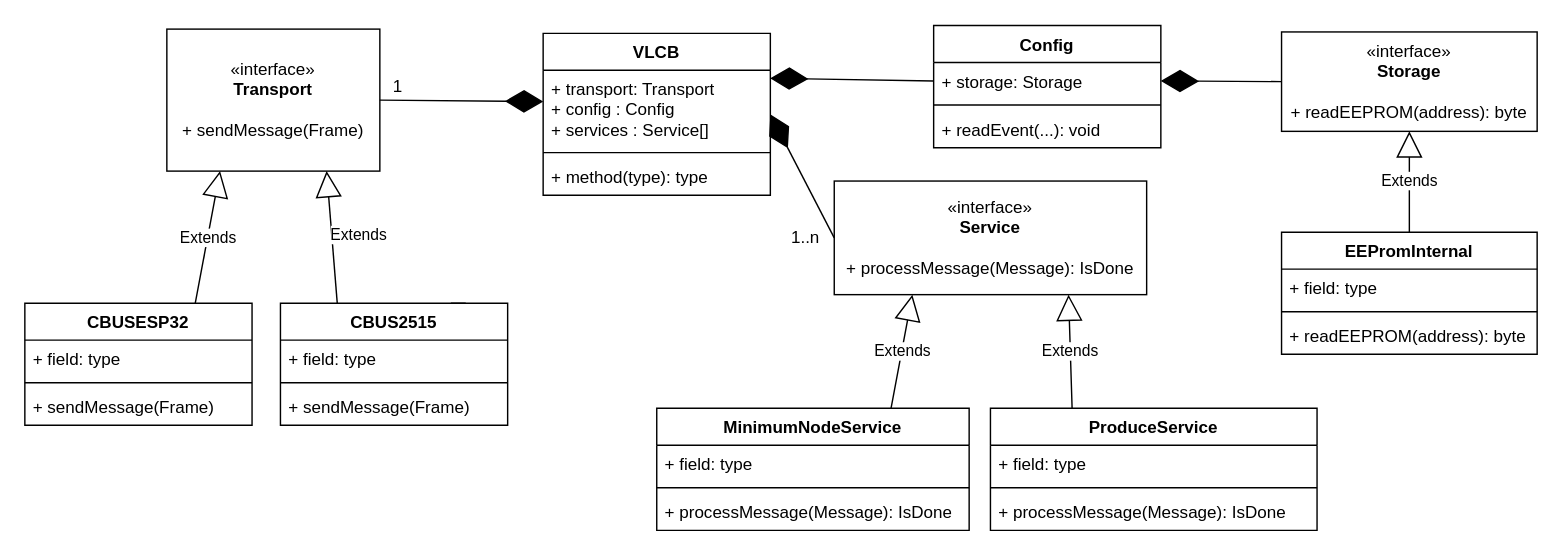
This is docs/VLCBArduino.drawio from SvenRosvall/VLCB-Arduino, a draw.io file, before an edit. Source tidied: cells renumbered, new cells numbered last; positions are measured from the earlier drawing's top-left corner, leaving out a move shared by most shapes. Both pictures are drawn from the tidied source at 142%, with x=0, y=0 at pixel (24, 24).
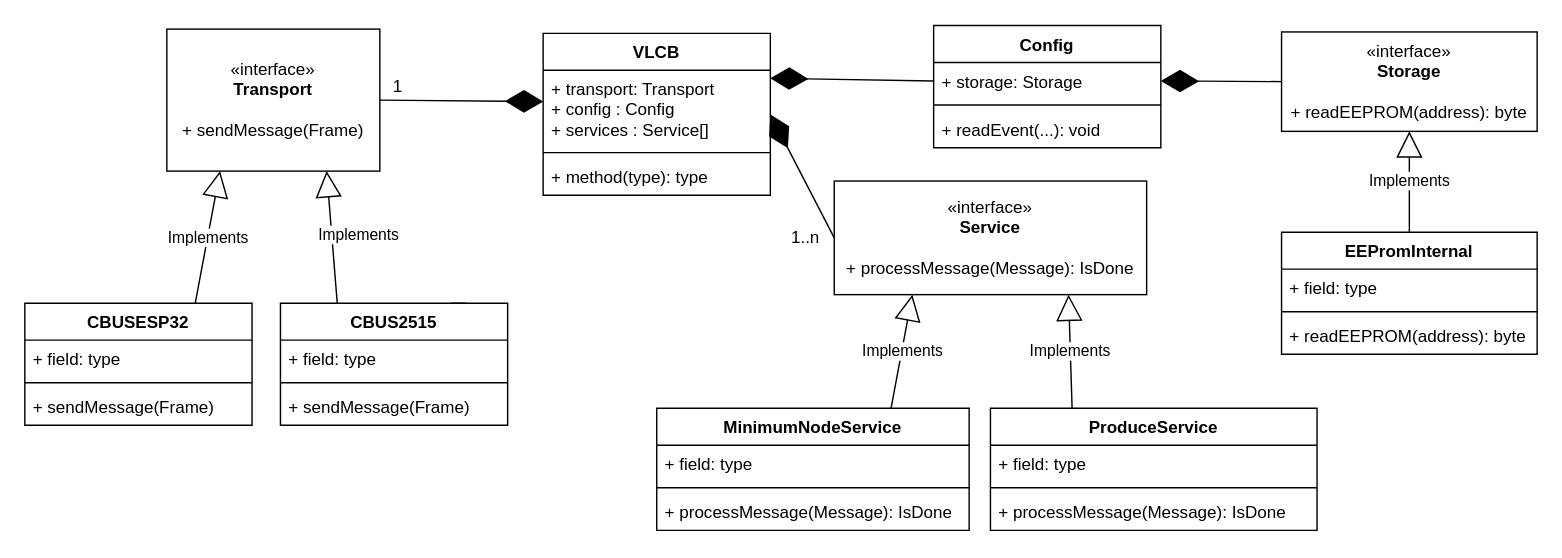
The same page after the edit.

Unchanged cells that the change refers to:
```xml
<mxCell id="6" value="«interface»&lt;br&gt;&lt;b&gt;Transport&lt;br&gt;&lt;br&gt;&lt;/b&gt;+ sendMessage(Frame)&lt;b&gt;&lt;br&gt;&lt;/b&gt;" style="html=1;whiteSpace=wrap;" parent="1" vertex="1">
  <mxGeometry x="100" y="3" width="150" height="100" as="geometry" />
</mxCell>
<mxCell id="8" value="CBUS2515" style="swimlane;fontStyle=1;align=center;verticalAlign=top;horizontal=1;startSize=26;whiteSpace=wrap;html=1;" parent="1" vertex="1">
  <mxGeometry x="180" y="196" width="160" height="86" as="geometry" />
</mxCell>
<mxCell id="12" value="CBUSESP32" style="swimlane;fontStyle=1;align=center;verticalAlign=top;horizontal=1;startSize=26;whiteSpace=wrap;html=1;" parent="1" vertex="1">
  <mxGeometry y="196" width="160" height="86" as="geometry" />
</mxCell>
<mxCell id="19" value="«interface»&lt;br&gt;&lt;b&gt;Service&lt;br&gt;&lt;br&gt;&lt;/b&gt;+ processMessage(Message): IsDone&lt;b&gt;&lt;br&gt;&lt;/b&gt;" style="html=1;whiteSpace=wrap;" parent="1" vertex="1">
  <mxGeometry x="570" y="110" width="220" height="80" as="geometry" />
</mxCell>
<mxCell id="20" value="MinimumNodeService" style="swimlane;fontStyle=1;align=center;verticalAlign=top;horizontal=1;startSize=26;whiteSpace=wrap;html=1;" parent="1" vertex="1">
  <mxGeometry x="445" y="270" width="220" height="86" as="geometry" />
</mxCell>
<mxCell id="25" value="ProduceService" style="swimlane;fontStyle=1;align=center;verticalAlign=top;horizontal=1;startSize=26;whiteSpace=wrap;html=1;" parent="1" vertex="1">
  <mxGeometry x="680" y="270" width="230" height="86" as="geometry" />
</mxCell>
<mxCell id="33" value="«interface»&lt;br&gt;&lt;b&gt;Storage&lt;br&gt;&lt;br&gt;&lt;/b&gt;+ readEEPROM(address): byte&lt;b&gt;&lt;br&gt;&lt;/b&gt;" style="html=1;whiteSpace=wrap;" parent="1" vertex="1">
  <mxGeometry x="885" y="5" width="180" height="70" as="geometry" />
</mxCell>
<mxCell id="41" value="EEPromInternal" style="swimlane;fontStyle=1;align=center;verticalAlign=top;horizontal=1;startSize=26;whiteSpace=wrap;html=1;" parent="1" vertex="1">
  <mxGeometry x="885" y="146" width="180" height="86" as="geometry" />
</mxCell>
```

What changed in the source:
```diff
@@
-    <mxCell id="16" value="Extends" style="endArrow=block;endSize=16;endFill=0;html=1;rounded=0;entryX=0.75;entryY=1;entryDx=0;entryDy=0;exitX=0.25;exitY=0;exitDx=0;exitDy=0;" parent="1" edge="1" source="8" target="6">
+    <mxCell id="16" value="Implements" style="endArrow=block;endSize=16;endFill=0;html=1;rounded=0;entryX=0.75;entryY=1;entryDx=0;entryDy=0;exitX=0.25;exitY=0;exitDx=0;exitDy=0;" parent="1" edge="1" source="8" target="6">
       <mxGeometry x="0.01" y="-19" relative="1" as="geometry" />
     </mxCell>
-    <mxCell id="17" value="Extends" style="endArrow=block;endSize=16;endFill=0;html=1;rounded=0;exitX=0.75;exitY=0;exitDx=0;exitDy=0;entryX=0.25;entryY=1;entryDx=0;entryDy=0;" parent="1" edge="1" source="12" target="6">
+    <mxCell id="17" value="Implements" style="endArrow=block;endSize=16;endFill=0;html=1;rounded=0;exitX=0.75;exitY=0;exitDx=0;exitDy=0;entryX=0.25;entryY=1;entryDx=0;entryDy=0;" parent="1" edge="1" source="12" target="6">
       <mxGeometry relative="1" as="geometry" />
     </mxCell>
@@
-    <mxCell id="24" value="Extends" style="endArrow=block;endSize=16;endFill=0;html=1;rounded=0;entryX=0.25;entryY=1;entryDx=0;entryDy=0;exitX=0.75;exitY=0;exitDx=0;exitDy=0;" parent="1" edge="1" source="20" target="19">
+    <mxCell id="24" value="Implements" style="endArrow=block;endSize=16;endFill=0;html=1;rounded=0;entryX=0.25;entryY=1;entryDx=0;entryDy=0;exitX=0.75;exitY=0;exitDx=0;exitDy=0;" parent="1" edge="1" source="20" target="19">
       <mxGeometry relative="1" as="geometry" />
     </mxCell>
@@
-    <mxCell id="29" value="Extends" style="endArrow=block;endSize=16;endFill=0;html=1;rounded=0;exitX=0.25;exitY=0;exitDx=0;exitDy=0;entryX=0.75;entryY=1;entryDx=0;entryDy=0;" parent="1" edge="1" source="25" target="19">
+    <mxCell id="29" value="Implements" style="endArrow=block;endSize=16;endFill=0;html=1;rounded=0;exitX=0.25;exitY=0;exitDx=0;exitDy=0;entryX=0.75;entryY=1;entryDx=0;entryDy=0;" parent="1" edge="1" source="25" target="19">
       <mxGeometry relative="1" as="geometry" />
     </mxCell>
@@
-    <mxCell id="40" value="Extends" style="endArrow=block;endSize=16;endFill=0;html=1;rounded=0;entryX=0.5;entryY=1;entryDx=0;entryDy=0;exitX=0.5;exitY=0;exitDx=0;exitDy=0;" parent="1" edge="1" source="41" target="33">
+    <mxCell id="40" value="Implements" style="endArrow=block;endSize=16;endFill=0;html=1;rounded=0;entryX=0.5;entryY=1;entryDx=0;entryDy=0;exitX=0.5;exitY=0;exitDx=0;exitDy=0;" parent="1" edge="1" source="41" target="33">
       <mxGeometry relative="1" as="geometry" />
     </mxCell>
```
